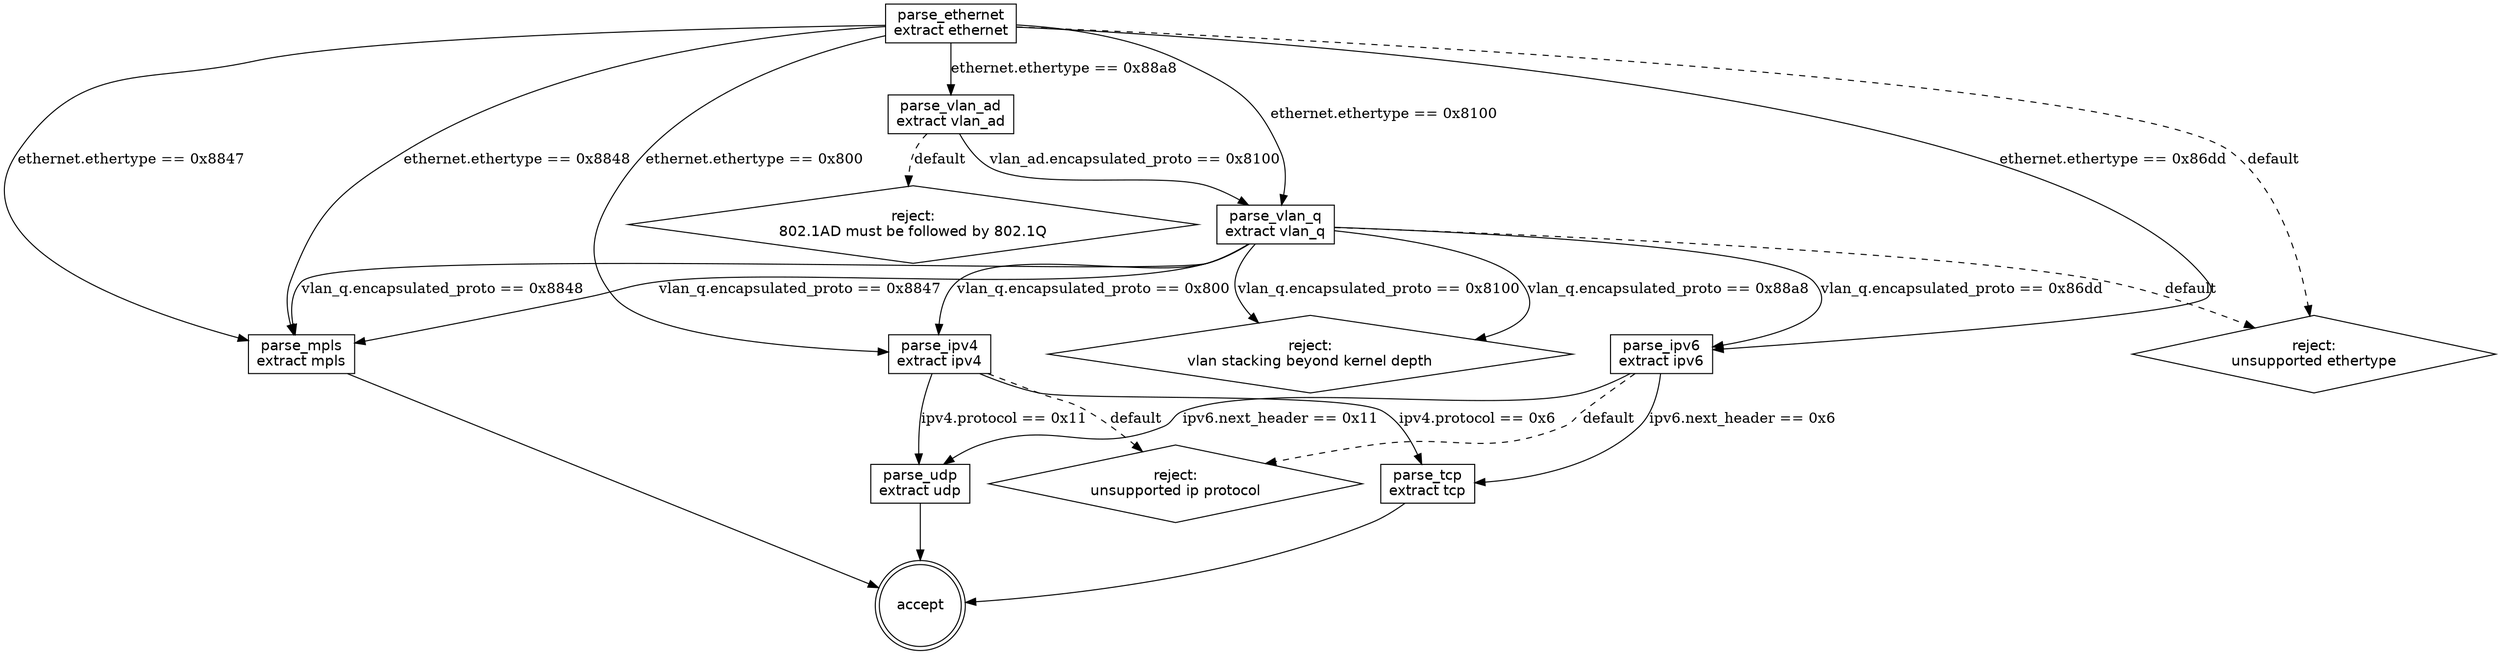
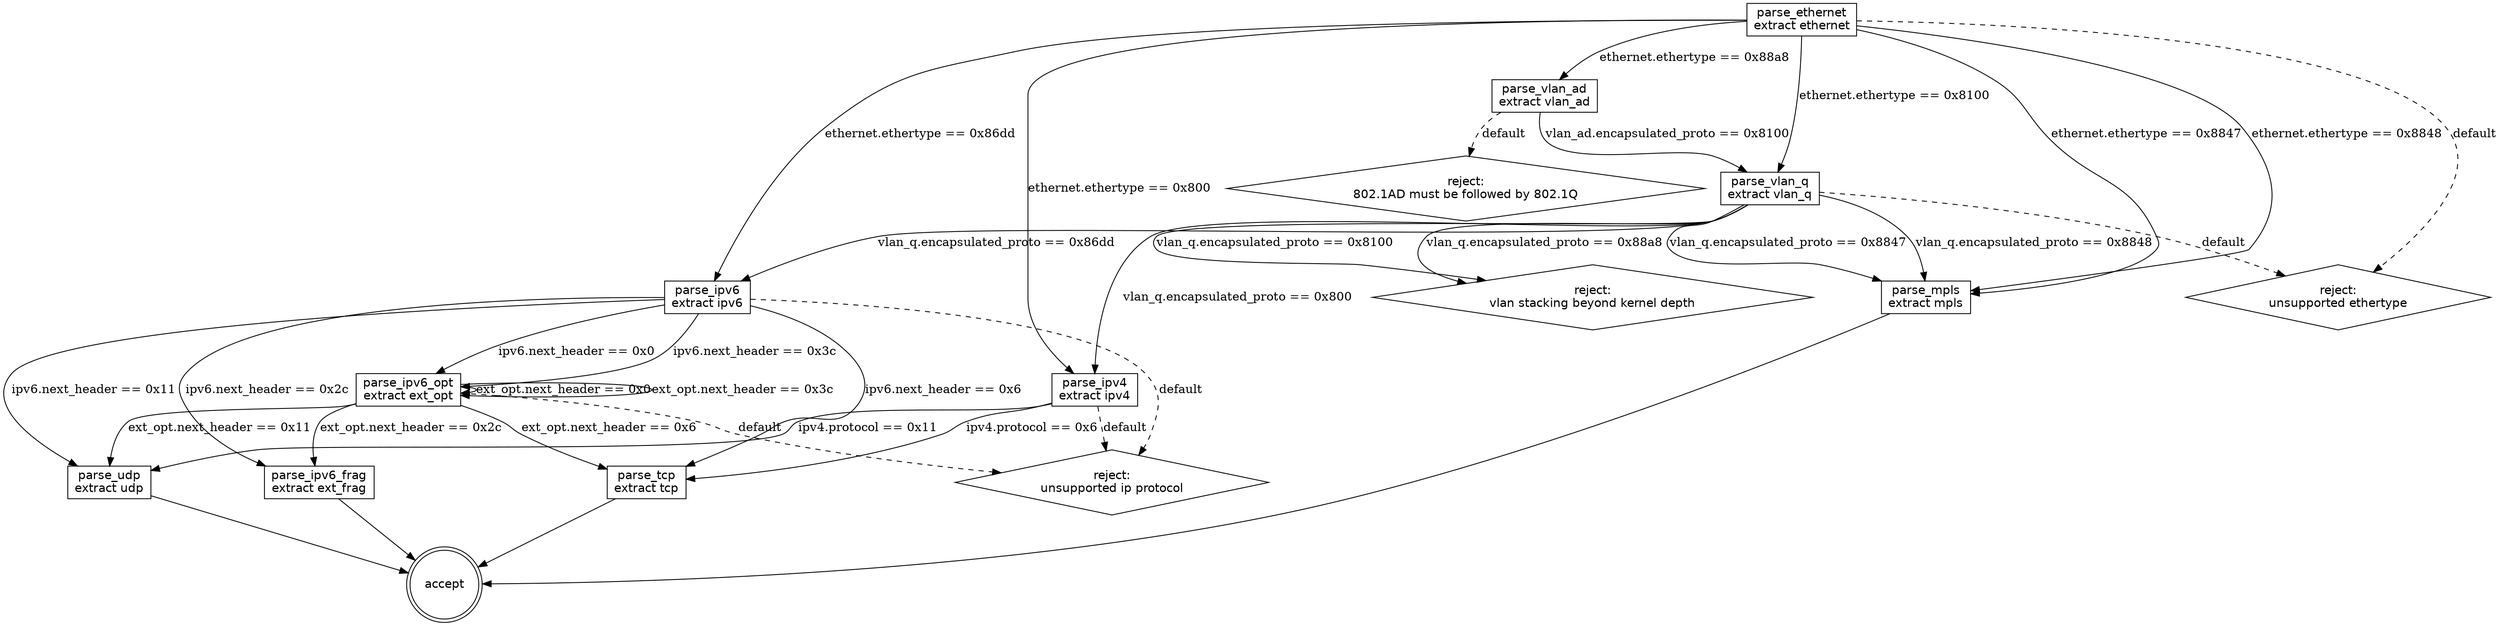
digraph "linux_flow_dissector" {
  rankdir=TB;
  node [fontname="Helvetica"];
  "parse_ethernet" [shape=box, label="parse_ethernet\nextract ethernet"];
  "parse_vlan_ad" [shape=box, label="parse_vlan_ad\nextract vlan_ad"];
  "parse_vlan_q" [shape=box, label="parse_vlan_q\nextract vlan_q"];
  "parse_ipv4" [shape=box, label="parse_ipv4\nextract ipv4"];
  "parse_ipv6" [shape=box, label="parse_ipv6\nextract ipv6"];
+   "parse_ipv6_opt" [shape=box, label="parse_ipv6_opt\nextract ext_opt"];
+   "parse_ipv6_frag" [shape=box, label="parse_ipv6_frag\nextract ext_frag"];
  "parse_mpls" [shape=box, label="parse_mpls\nextract mpls"];
  "parse_tcp" [shape=box, label="parse_tcp\nextract tcp"];
  "parse_udp" [shape=box, label="parse_udp\nextract udp"];
  "accept" [shape=doublecircle];
  "reject_0" [shape=diamond, label="reject:\nunsupported ethertype"];
  "reject_1" [shape=diamond, label="reject:\n802.1AD must be followed by 802.1Q"];
  "reject_2" [shape=diamond, label="reject:\nvlan stacking beyond kernel depth"];
  "reject_3" [shape=diamond, label="reject:\nunsupported ip protocol"];
  "parse_ethernet" -> "parse_ipv4" [label="ethernet.ethertype == 0x800"];
  "parse_ethernet" -> "parse_ipv6" [label="ethernet.ethertype == 0x86dd"];
  "parse_ethernet" -> "parse_vlan_q" [label="ethernet.ethertype == 0x8100"];
  "parse_ethernet" -> "parse_vlan_ad" [label="ethernet.ethertype == 0x88a8"];
  "parse_ethernet" -> "parse_mpls" [label="ethernet.ethertype == 0x8847"];
  "parse_ethernet" -> "parse_mpls" [label="ethernet.ethertype == 0x8848"];
  "parse_ethernet" -> "reject_0" [label="default", style=dashed];
  "parse_vlan_ad" -> "parse_vlan_q" [label="vlan_ad.encapsulated_proto == 0x8100"];
  "parse_vlan_ad" -> "reject_1" [label="default", style=dashed];
  "parse_vlan_q" -> "parse_ipv4" [label="vlan_q.encapsulated_proto == 0x800"];
  "parse_vlan_q" -> "parse_ipv6" [label="vlan_q.encapsulated_proto == 0x86dd"];
  "parse_vlan_q" -> "parse_mpls" [label="vlan_q.encapsulated_proto == 0x8847"];
  "parse_vlan_q" -> "parse_mpls" [label="vlan_q.encapsulated_proto == 0x8848"];
  "parse_vlan_q" -> "reject_2" [label="vlan_q.encapsulated_proto == 0x8100"];
  "parse_vlan_q" -> "reject_2" [label="vlan_q.encapsulated_proto == 0x88a8"];
  "parse_vlan_q" -> "reject_0" [label="default", style=dashed];
  "parse_ipv4" -> "parse_tcp" [label="ipv4.protocol == 0x6"];
  "parse_ipv4" -> "parse_udp" [label="ipv4.protocol == 0x11"];
  "parse_ipv4" -> "reject_3" [label="default", style=dashed];
+   "parse_ipv6" -> "parse_ipv6_opt" [label="ipv6.next_header == 0x0"];
+   "parse_ipv6" -> "parse_ipv6_opt" [label="ipv6.next_header == 0x3c"];
+   "parse_ipv6" -> "parse_ipv6_frag" [label="ipv6.next_header == 0x2c"];
  "parse_ipv6" -> "parse_tcp" [label="ipv6.next_header == 0x6"];
  "parse_ipv6" -> "parse_udp" [label="ipv6.next_header == 0x11"];
  "parse_ipv6" -> "reject_3" [label="default", style=dashed];
+   "parse_ipv6_opt" -> "parse_ipv6_opt" [label="ext_opt.next_header == 0x0"];
+   "parse_ipv6_opt" -> "parse_ipv6_opt" [label="ext_opt.next_header == 0x3c"];
+   "parse_ipv6_opt" -> "parse_ipv6_frag" [label="ext_opt.next_header == 0x2c"];
+   "parse_ipv6_opt" -> "parse_tcp" [label="ext_opt.next_header == 0x6"];
+   "parse_ipv6_opt" -> "parse_udp" [label="ext_opt.next_header == 0x11"];
+   "parse_ipv6_opt" -> "reject_3" [label="default", style=dashed];
+   "parse_ipv6_frag" -> "accept";
  "parse_mpls" -> "accept";
  "parse_tcp" -> "accept";
  "parse_udp" -> "accept";
}
